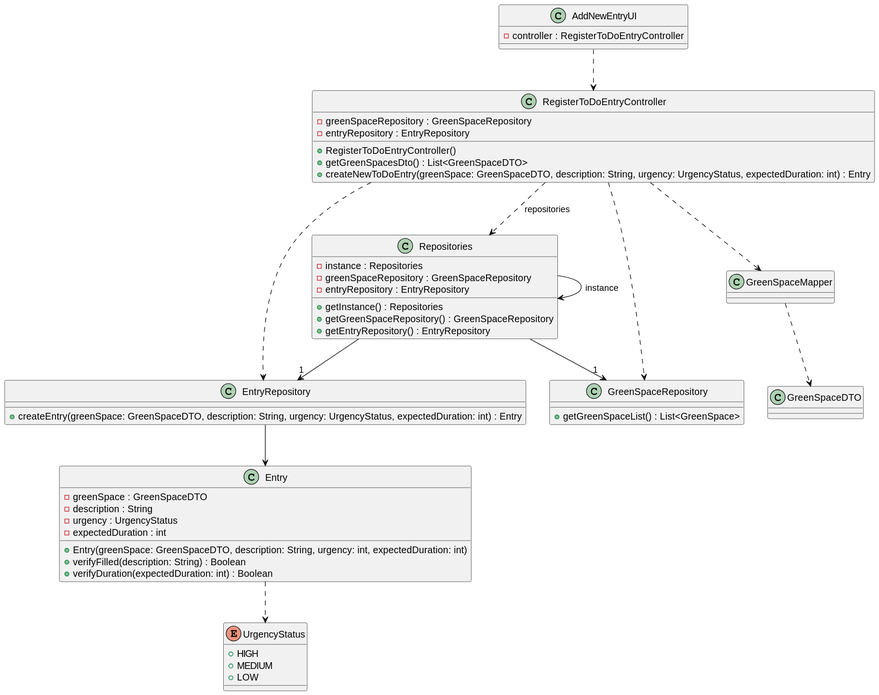
Before: docs/sprintC/us021/03.design/svg/us021-class-diagram.svg, a diagram exported from PlantUML (ricardomm7/leaflink).
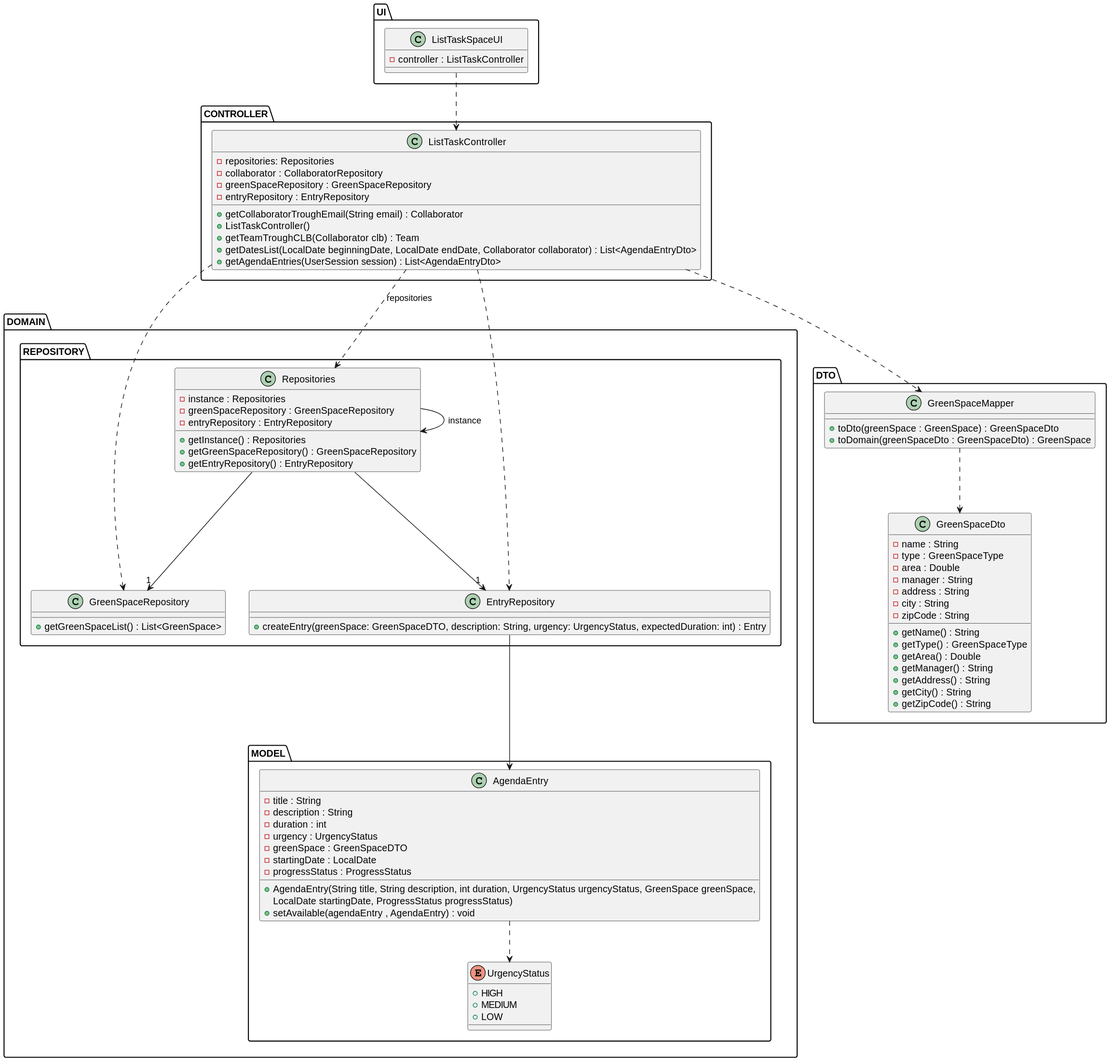
After the commit.

The edit, as a diff of the source:
```diff
@@ -2,24 +2,28 @@
 skinparam shadowing false
 skinparam line type polyline
 
-class AddNewEntryUI {
-    - controller : RegisterToDoEntryController
+package UI {
+class ListTaskSpaceUI {
+    - controller : ListTaskController
+}
 }
 
-class RegisterToDoEntryController {
+package CONTROLLER {
+class ListTaskController {
+    - repositories: Repositories
+    - collaborator : CollaboratorRepository
     - greenSpaceRepository : GreenSpaceRepository
     - entryRepository : EntryRepository
-    + RegisterToDoEntryController()
-    + getGreenSpacesDto() : List<GreenSpaceDTO>
-    + createNewToDoEntry(greenSpace: GreenSpaceDTO, description: String, urgency: UrgencyStatus, expectedDuration: int) : Entry
+    + getCollaboratorTroughEmail(String email) : Collaborator
+    + ListTaskController()
+    + getTeamTroughCLB(Collaborator clb) : Team
+    + getDatesList(LocalDate beginningDate, LocalDate endDate, Collaborator collaborator) : List<AgendaEntryDto>
+    + getAgendaEntries(UserSession session) : List<AgendaEntryDto>
+}
 }
 
-enum UrgencyStatus{
-+HIGH
-+MEDIUM
-+LOW
-}
-
+package DOMAIN {
+package REPOSITORY {
 class Repositories {
     - instance : Repositories
     - greenSpaceRepository : GreenSpaceRepository
@@ -36,34 +40,63 @@
 class EntryRepository {
     + createEntry(greenSpace: GreenSpaceDTO, description: String, urgency: UrgencyStatus, expectedDuration: int) : Entry
 }
+}
+package MODEL{
+class AgendaEntry {
+    - title : String
+    - description : String
+    - duration : int
+    - urgency : UrgencyStatus
+    - greenSpace : GreenSpaceDTO
+    - startingDate : LocalDate
+    - progressStatus : ProgressStatus
 
-class Entry {
-    - greenSpace : GreenSpaceDTO
-    - description : String
-    - urgency : UrgencyStatus
-    - expectedDuration : int
-    + Entry(greenSpace: GreenSpaceDTO, description: String, urgency: int, expectedDuration: int)
-    + verifyFilled(description: String) : Boolean
-    + verifyDuration(expectedDuration: int) : Boolean
+    +AgendaEntry(String title, String description, int duration, UrgencyStatus urgencyStatus, GreenSpace greenSpace,
+                            LocalDate startingDate, ProgressStatus progressStatus)
+    + setAvailable(agendaEntry , AgendaEntry) : void
 }
 
-class GreenSpaceDTO {
+enum UrgencyStatus{
++HIGH
++MEDIUM
++LOW
+}
+}
+}
+package DTO{
+    class GreenSpaceDto{
+        - name : String
+        - type : GreenSpaceType
+        - area : Double
+        - manager : String
+        - address : String
+        - city : String
+        - zipCode : String
+        + getName() : String
+        + getType() : GreenSpaceType
+        + getArea() : Double
+        + getManager() : String
+        + getAddress() : String
+        + getCity() : String
+        + getZipCode() : String
+    }
 
-}
+    class GreenSpaceMapper{
+        +toDto(greenSpace : GreenSpace) : GreenSpaceDto
+        +toDomain(greenSpaceDto : GreenSpaceDto) : GreenSpace
+    }
+    }
 
-class GreenSpaceMapper {
-}
-
-AddNewEntryUI ..> RegisterToDoEntryController
-Entry ..> UrgencyStatus
-RegisterToDoEntryController ..> Repositories: repositories
+ListTaskSpaceUI ..> ListTaskController
+AgendaEntry ..> UrgencyStatus
+ListTaskController ..> Repositories: repositories
 Repositories --> Repositories: instance
-RegisterToDoEntryController ..> GreenSpaceRepository
-RegisterToDoEntryController ..> EntryRepository
+ListTaskController ..> GreenSpaceRepository
+ListTaskController ..> EntryRepository
 Repositories --> "1" GreenSpaceRepository
 Repositories --> "1" EntryRepository
-RegisterToDoEntryController ..> GreenSpaceMapper
+ListTaskController ..> GreenSpaceMapper
 
-GreenSpaceMapper ..> GreenSpaceDTO
-EntryRepository --> Entry
+GreenSpaceMapper ..> GreenSpaceDto
+EntryRepository --> AgendaEntry
 @enduml
```
